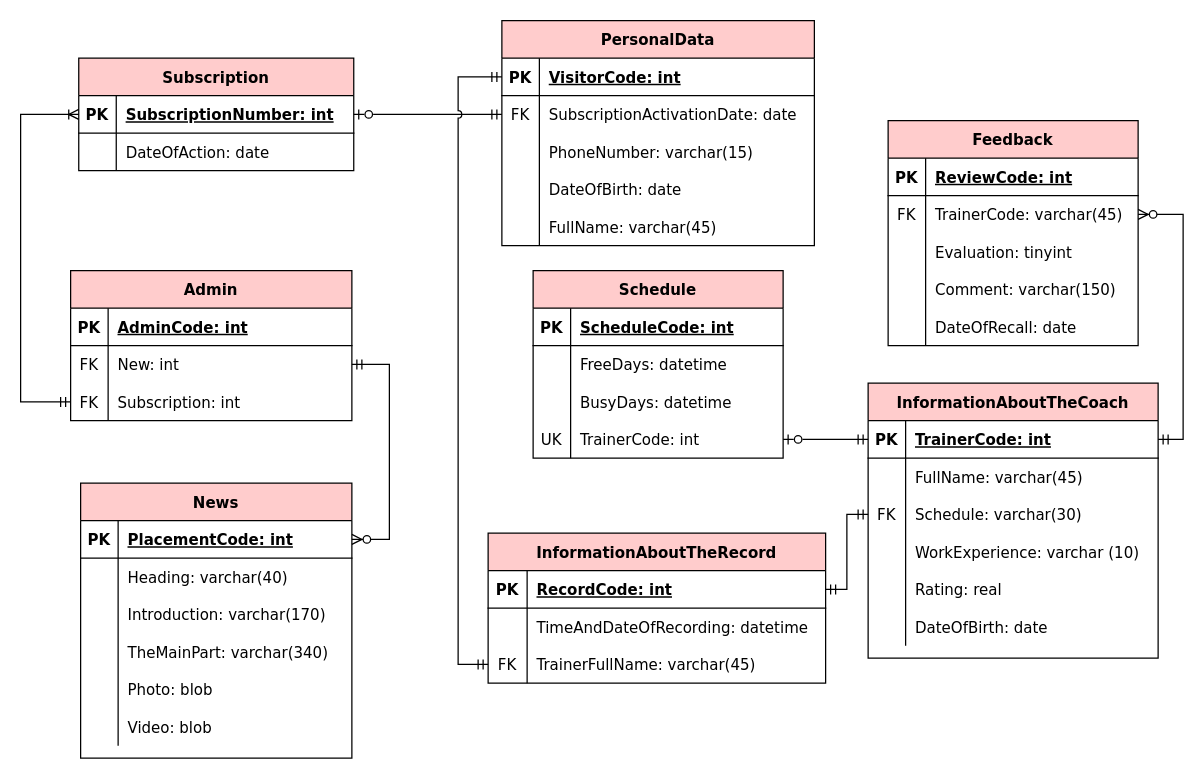
Earlier version of the draw.io diagram page "Page-2" (2 of 2) of Diagrams/ER 3.drawio (yuliapyrikova/-). Source tidied: cells renumbered, new cells numbered last; positions are measured from the earlier drawing's top-left corner, leaving out a move shared by most shapes. Both pictures are drawn from the tidied source at 125%, with x=0, y=0 at pixel (20, 20).
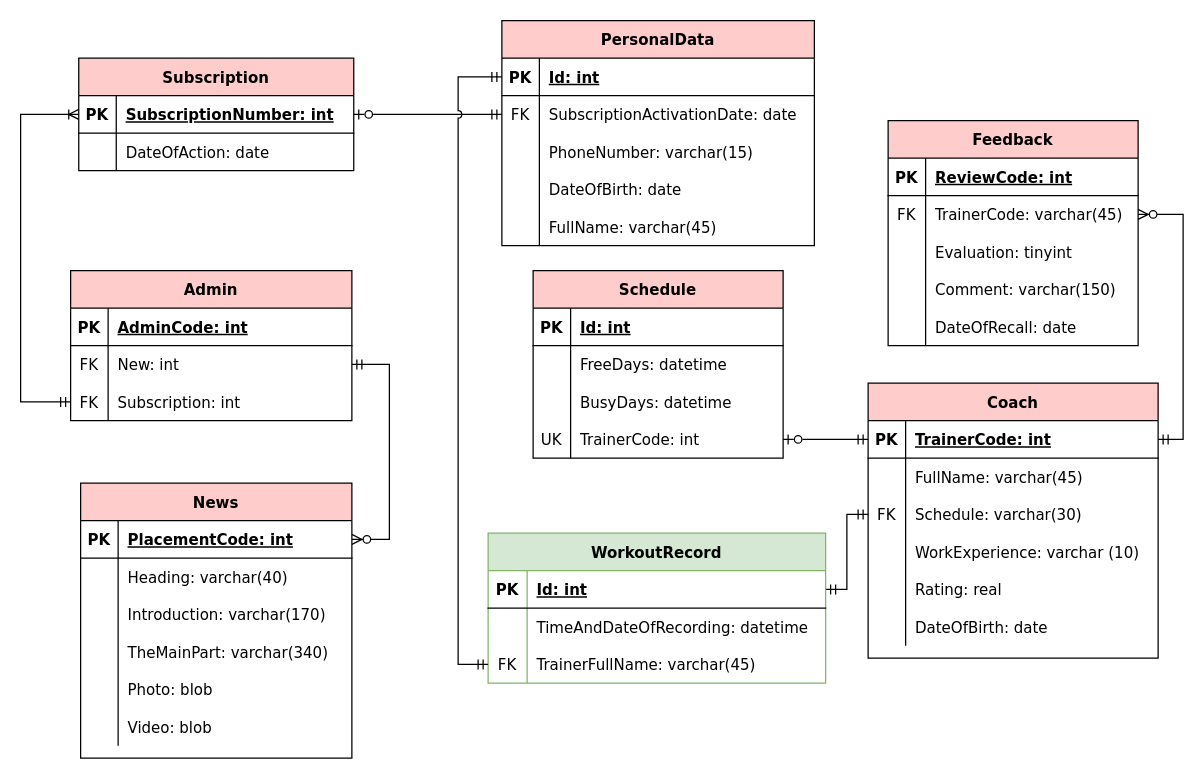
Above is the later version.

The change refers to these unchanged cells:
```xml
<mxCell id="3" style="shape=partialRectangle;fillColor=none;points=[[0,0.5],[1,0.5]];portConstraint=eastwest;top=0;left=0;right=0;bottom=1;strokeColor=#000000;fontColor=#000000;fontFamily=Verdana;" parent="2" vertex="1">
  <mxGeometry y="30" width="250" height="30" as="geometry" />
</mxCell>
<mxCell id="19" style="shape=partialRectangle;fillColor=none;top=0;left=0;right=0;bottom=1;strokeColor=#000000;fontColor=#000000;fontFamily=Verdana;" parent="18" vertex="1">
  <mxGeometry y="30" width="200" height="30" as="geometry" />
</mxCell>
<mxCell id="96" style="shape=partialRectangle;fillColor=none;points=[[0,0.5],[1,0.5]];portConstraint=eastwest;top=0;left=0;right=0;bottom=1;strokeColor=#000000;fontColor=#000000;fontFamily=Verdana;" parent="95" vertex="1">
  <mxGeometry y="30" width="270" height="30" as="geometry" />
</mxCell>
```

Diff of the diagram source:
```diff
@@
-    <mxCell id="5" value="VisitorCode: int" style="shape=partialRectangle;overflow=hidden;fillColor=none;top=0;left=0;bottom=0;right=0;align=left;spacingLeft=6;fontStyle=5;strokeColor=#000000;fontColor=#000000;fontFamily=Verdana;" parent="3" vertex="1">
+    <mxCell id="5" value="Id: int" style="shape=partialRectangle;overflow=hidden;fillColor=none;top=0;left=0;bottom=0;right=0;align=left;spacingLeft=6;fontStyle=5;strokeColor=#000000;fontColor=#000000;fontFamily=Verdana;" parent="3" vertex="1">
       <mxGeometry x="30" width="220" height="30" as="geometry" />
     </mxCell>
@@
-    <mxCell id="21" value="ScheduleCode: int" style="shape=partialRectangle;overflow=hidden;fillColor=none;top=0;left=0;bottom=0;right=0;align=left;spacingLeft=6;fontStyle=5;strokeColor=#000000;fontColor=#000000;fontFamily=Verdana;" parent="19" vertex="1">
+    <mxCell id="21" value="Id: int" style="shape=partialRectangle;overflow=hidden;fillColor=none;top=0;left=0;bottom=0;right=0;align=left;spacingLeft=6;fontStyle=5;strokeColor=#000000;fontColor=#000000;fontFamily=Verdana;" parent="19" vertex="1">
       <mxGeometry x="30" width="170" height="30" as="geometry" />
     </mxCell>
@@
-    <mxCell id="39" value="InformationAboutTheCoach" style="shape=table;startSize=30;childLayout=tableLayout;rowLines=0;fontStyle=1;align=center;fillColor=#FFCCCC;strokeColor=#000000;fontColor=#000000;fontFamily=Verdana;" parent="1" vertex="1">
+    <mxCell id="39" value="Coach" style="shape=table;startSize=30;childLayout=tableLayout;rowLines=0;fontStyle=1;align=center;fillColor=#FFCCCC;strokeColor=#000000;fontColor=#000000;fontFamily=Verdana;" parent="1" vertex="1">
       <mxGeometry x="678" y="290" width="232" height="220" as="geometry" />
     </mxCell>
@@
-    <mxCell id="95" value="InformationAboutTheRecord" style="shape=table;startSize=30;childLayout=tableLayout;rowLines=0;fontStyle=1;align=center;fillColor=#FFCCCC;strokeColor=#000000;fontColor=#000000;fontFamily=Verdana;" parent="1" vertex="1">
+    <mxCell id="95" value="WorkoutRecord" style="shape=table;startSize=30;childLayout=tableLayout;rowLines=0;fontStyle=1;align=center;fillColor=#d5e8d4;strokeColor=#82b366;fontFamily=Verdana;" parent="1" vertex="1">
       <mxGeometry x="374" y="410" width="270" height="120" as="geometry" />
     </mxCell>
@@
-    <mxCell id="98" value="RecordCode: int" style="shape=partialRectangle;overflow=hidden;fillColor=none;top=0;left=0;bottom=0;right=0;align=left;spacingLeft=6;fontStyle=5;strokeColor=#000000;fontColor=#000000;fontFamily=Verdana;" parent="96" vertex="1">
+    <mxCell id="98" value="Id: int" style="shape=partialRectangle;overflow=hidden;fillColor=none;top=0;left=0;bottom=0;right=0;align=left;spacingLeft=6;fontStyle=5;strokeColor=#000000;fontColor=#000000;fontFamily=Verdana;" parent="96" vertex="1">
       <mxGeometry x="31.2" width="238.8" height="30" as="geometry" />
     </mxCell>
```
